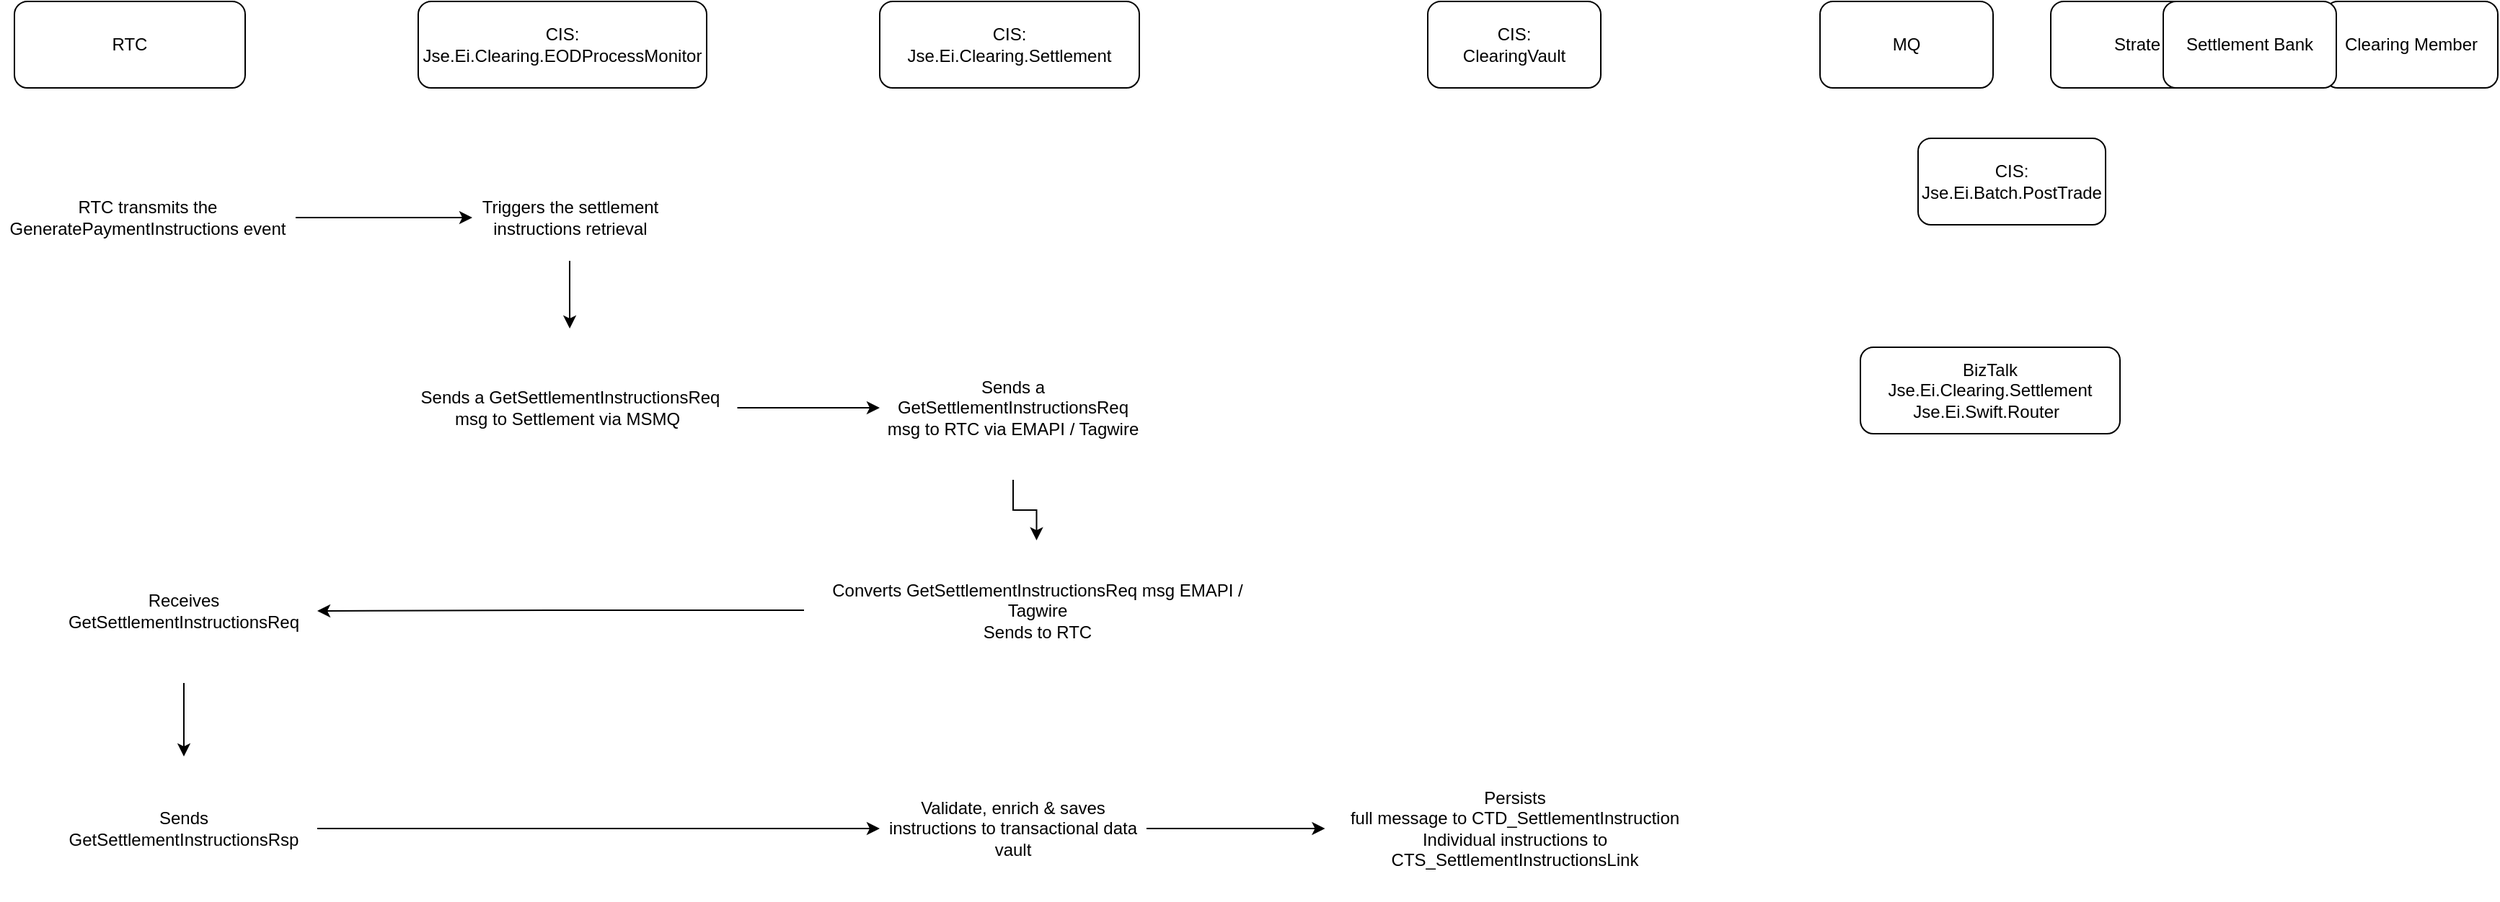
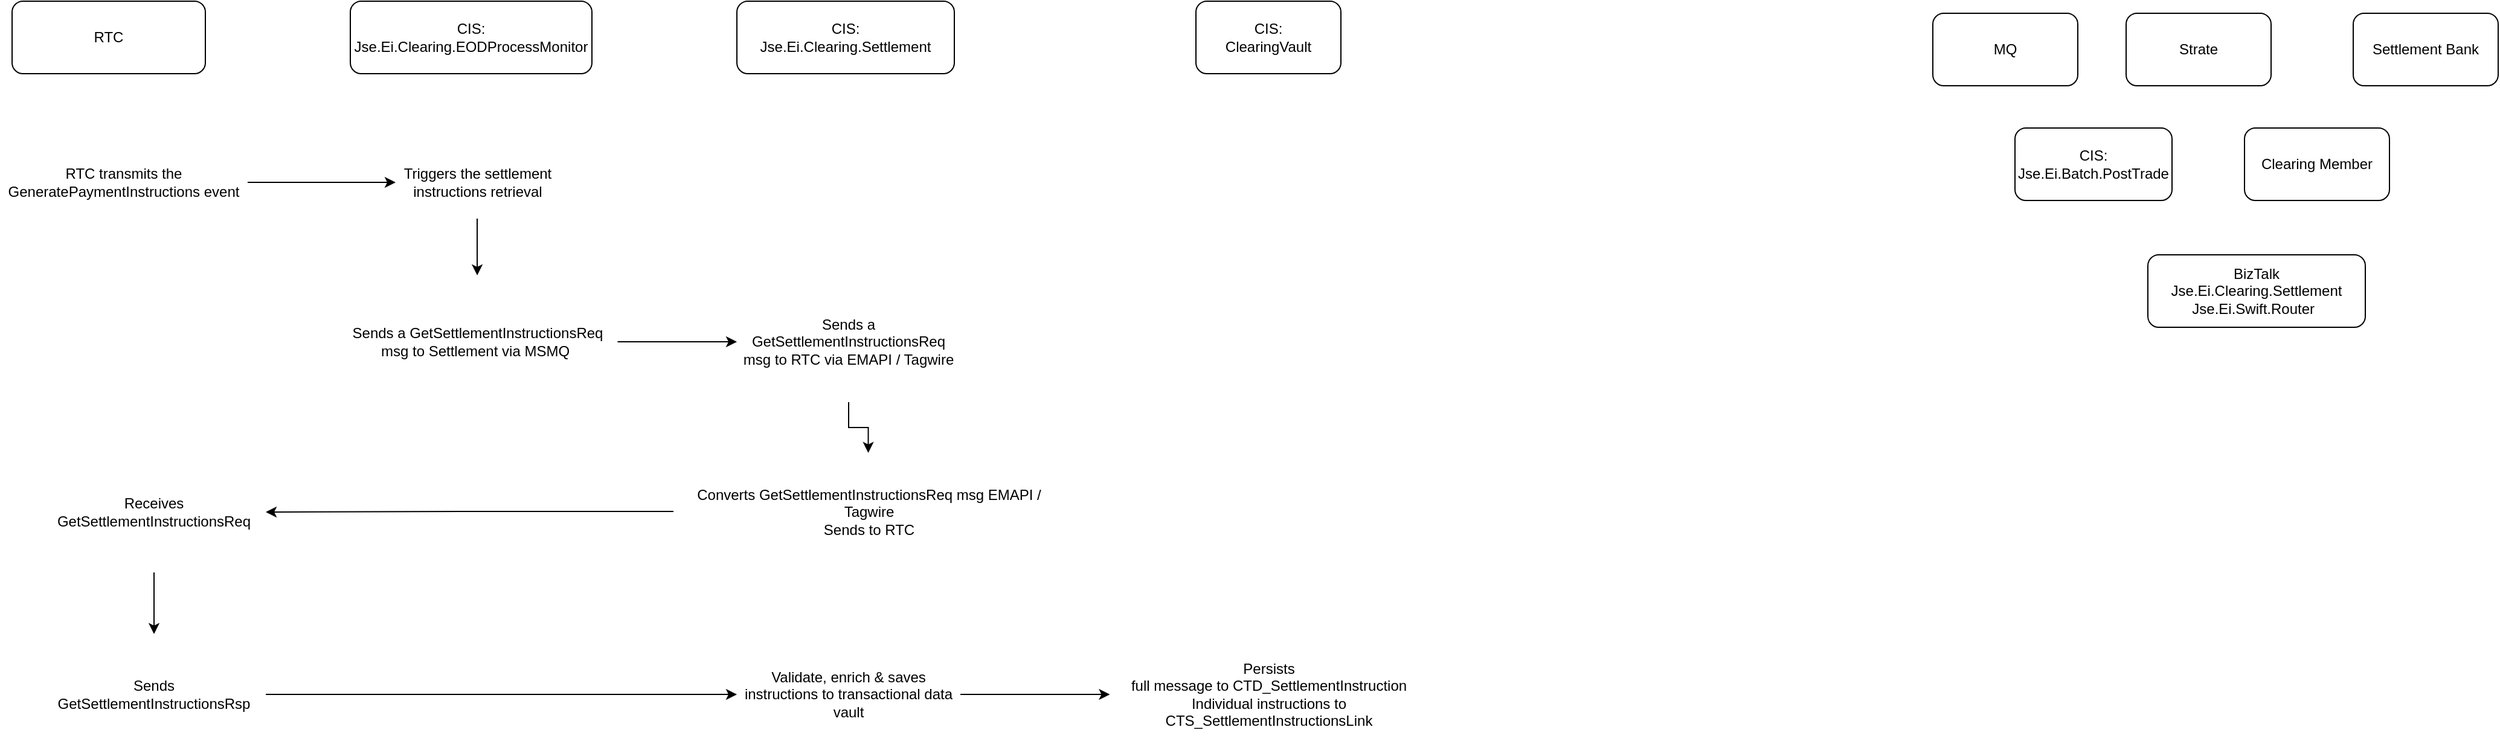
<mxfile host="app.diagrams.net">
  <diagram name="GetSettementInstructions" id="vidGpl-5MFJZR5KmYKjs">
    <mxGraphModel dx="2256" dy="746" grid="1" gridSize="10" guides="1" tooltips="1" connect="1" arrows="1" fold="1" page="1" pageScale="1" pageWidth="850" pageHeight="1100" math="0" shadow="0">
      <root>
        <mxCell id="0" />
        <mxCell id="1" parent="0" />
        <mxCell id="Y7hr2lu_-T20AjTg2ncd-1" parent="1" style="rounded=1;whiteSpace=wrap;html=1;" value="RTC" vertex="1">
          <mxGeometry height="60" width="160" y="80" as="geometry" />
        </mxCell>
        <mxCell id="Y7hr2lu_-T20AjTg2ncd-2" parent="1" style="rounded=1;whiteSpace=wrap;html=1;" value="CIS:&lt;div&gt;Jse.Ei.Clearing.Settlement&lt;/div&gt;" vertex="1">
          <mxGeometry height="60" width="180" x="600" y="80" as="geometry" />
        </mxCell>
        <mxCell id="Y7hr2lu_-T20AjTg2ncd-3" parent="1" style="rounded=1;whiteSpace=wrap;html=1;" value="CIS:&lt;div&gt;Jse.Ei.Clearing.EODProcessMonitor&lt;/div&gt;" vertex="1">
          <mxGeometry height="60" width="200" x="280" y="80" as="geometry" />
        </mxCell>
        <mxCell id="Y7hr2lu_-T20AjTg2ncd-4" parent="1" style="rounded=1;whiteSpace=wrap;html=1;" value="BizTalk&lt;div&gt;Jse.Ei.Clearing.Settlement&lt;/div&gt;&lt;div&gt;Jse.Ei.Swift.Router&lt;span style=&quot;white-space: pre;&quot;&gt;&#x9;&lt;/span&gt;&lt;/div&gt;" vertex="1">
-           <mxGeometry height="60" width="180" x="1280" y="320" as="geometry" />
+           <mxGeometry height="60" width="180" x="1768" y="290" as="geometry" />
        </mxCell>
        <mxCell id="t7a2u7lnhrg4pLDZo-nx-1" parent="1" style="rounded=1;whiteSpace=wrap;html=1;" value="MQ" vertex="1">
-           <mxGeometry height="60" width="120" x="1252" y="80" as="geometry" />
+           <mxGeometry height="60" width="120" x="1590" y="90" as="geometry" />
        </mxCell>
        <mxCell id="t7a2u7lnhrg4pLDZo-nx-2" parent="1" style="rounded=1;whiteSpace=wrap;html=1;" value="Strate" vertex="1">
-           <mxGeometry height="60" width="120" x="1412" y="80" as="geometry" />
+           <mxGeometry height="60" width="120" x="1750" y="90" as="geometry" />
        </mxCell>
        <mxCell id="t7a2u7lnhrg4pLDZo-nx-3" parent="1" style="rounded=1;whiteSpace=wrap;html=1;" value="Clearing Member" vertex="1">
-           <mxGeometry height="60" width="120" x="1602" y="80" as="geometry" />
+           <mxGeometry height="60" width="120" x="1848" y="185" as="geometry" />
        </mxCell>
        <mxCell id="t7a2u7lnhrg4pLDZo-nx-4" parent="1" style="rounded=1;whiteSpace=wrap;html=1;" value="Settlement Bank" vertex="1">
-           <mxGeometry height="60" width="120" x="1490" y="80" as="geometry" />
+           <mxGeometry height="60" width="120" x="1938" y="90" as="geometry" />
        </mxCell>
        <mxCell id="t7a2u7lnhrg4pLDZo-nx-16" edge="1" parent="1" source="t7a2u7lnhrg4pLDZo-nx-14" style="edgeStyle=orthogonalEdgeStyle;rounded=0;orthogonalLoop=1;jettySize=auto;html=1;" target="t7a2u7lnhrg4pLDZo-nx-15" value="">
          <mxGeometry relative="1" as="geometry" />
        </mxCell>
        <mxCell id="t7a2u7lnhrg4pLDZo-nx-14" parent="1" style="text;html=1;whiteSpace=wrap;strokeColor=none;fillColor=none;align=center;verticalAlign=middle;rounded=0;" value="RTC transmits the GeneratePaymentInstructions event" vertex="1">
          <mxGeometry height="110" width="205" x="-10" y="175" as="geometry" />
        </mxCell>
        <mxCell id="t7a2u7lnhrg4pLDZo-nx-18" edge="1" parent="1" source="t7a2u7lnhrg4pLDZo-nx-15" style="edgeStyle=orthogonalEdgeStyle;rounded=0;orthogonalLoop=1;jettySize=auto;html=1;" target="t7a2u7lnhrg4pLDZo-nx-17" value="">
          <mxGeometry relative="1" as="geometry" />
        </mxCell>
        <mxCell id="t7a2u7lnhrg4pLDZo-nx-15" parent="1" style="text;html=1;whiteSpace=wrap;strokeColor=none;fillColor=none;align=center;verticalAlign=middle;rounded=0;" value="Triggers the settlement instructions retrieval" vertex="1">
          <mxGeometry height="60" width="135" x="317.5" y="200" as="geometry" />
        </mxCell>
        <mxCell id="t7a2u7lnhrg4pLDZo-nx-20" edge="1" parent="1" source="t7a2u7lnhrg4pLDZo-nx-17" style="edgeStyle=orthogonalEdgeStyle;rounded=0;orthogonalLoop=1;jettySize=auto;html=1;" target="t7a2u7lnhrg4pLDZo-nx-19" value="">
          <mxGeometry relative="1" as="geometry" />
        </mxCell>
        <mxCell id="t7a2u7lnhrg4pLDZo-nx-17" parent="1" style="text;html=1;whiteSpace=wrap;strokeColor=none;fillColor=none;align=center;verticalAlign=middle;rounded=0;labelBackgroundColor=light-dark(default, #1c1c1c);" value="Sends a GetSettlementInstructionsReq msg to Settlement via MSMQ&lt;span style=&quot;white-space: pre;&quot;&gt;&#x9;&lt;/span&gt;" vertex="1">
          <mxGeometry height="110" width="232.5" x="268.75" y="307" as="geometry" />
        </mxCell>
        <mxCell id="t7a2u7lnhrg4pLDZo-nx-23" edge="1" parent="1" source="t7a2u7lnhrg4pLDZo-nx-19" style="edgeStyle=orthogonalEdgeStyle;rounded=0;orthogonalLoop=1;jettySize=auto;html=1;" target="t7a2u7lnhrg4pLDZo-nx-22" value="">
          <mxGeometry relative="1" as="geometry" />
        </mxCell>
        <mxCell id="t7a2u7lnhrg4pLDZo-nx-19" parent="1" style="text;html=1;whiteSpace=wrap;strokeColor=none;fillColor=none;align=center;verticalAlign=middle;rounded=0;labelBackgroundColor=light-dark(default, #1c1c1c);" value="Sends a GetSettlementInstructionsReq msg to RTC via EMAPI / Tagwire" vertex="1">
          <mxGeometry height="100" width="185" x="600" y="312" as="geometry" />
        </mxCell>
        <mxCell id="t7a2u7lnhrg4pLDZo-nx-21" parent="1" style="rounded=1;whiteSpace=wrap;html=1;" value="CIS:&lt;div&gt;ClearingVault&lt;/div&gt;" vertex="1">
          <mxGeometry height="60" width="120" x="980" y="80" as="geometry" />
        </mxCell>
        <mxCell id="t7a2u7lnhrg4pLDZo-nx-26" edge="1" parent="1" source="t7a2u7lnhrg4pLDZo-nx-22" style="edgeStyle=orthogonalEdgeStyle;rounded=0;orthogonalLoop=1;jettySize=auto;html=1;" target="t7a2u7lnhrg4pLDZo-nx-25" value="">
          <mxGeometry relative="1" as="geometry" />
        </mxCell>
        <mxCell id="t7a2u7lnhrg4pLDZo-nx-22" parent="1" style="text;html=1;whiteSpace=wrap;strokeColor=none;fillColor=none;align=center;verticalAlign=middle;rounded=0;labelBackgroundColor=light-dark(default, #1c1c1c);" value="Converts GetSettlementInstructionsReq msg EMAPI / Tagwire&lt;div&gt;Sends to RTC&lt;/div&gt;" vertex="1">
          <mxGeometry height="97" width="322.5" x="547.5" y="454" as="geometry" />
        </mxCell>
        <mxCell id="t7a2u7lnhrg4pLDZo-nx-24" parent="1" style="rounded=1;whiteSpace=wrap;html=1;" value="CIS:&lt;div&gt;Jse.Ei.Batch.PostTrade&lt;/div&gt;" vertex="1">
-           <mxGeometry height="60" width="130" x="1320" y="175" as="geometry" />
+           <mxGeometry height="60" width="130" x="1658" y="185" as="geometry" />
        </mxCell>
        <mxCell id="t7a2u7lnhrg4pLDZo-nx-28" edge="1" parent="1" source="t7a2u7lnhrg4pLDZo-nx-25" style="edgeStyle=orthogonalEdgeStyle;rounded=0;orthogonalLoop=1;jettySize=auto;html=1;" target="t7a2u7lnhrg4pLDZo-nx-27" value="">
          <mxGeometry relative="1" as="geometry" />
        </mxCell>
        <mxCell id="t7a2u7lnhrg4pLDZo-nx-25" parent="1" style="text;html=1;whiteSpace=wrap;strokeColor=none;fillColor=none;align=center;verticalAlign=middle;rounded=0;labelBackgroundColor=light-dark(default, #1c1c1c);" value="Receives GetSettlementInstructionsReq" vertex="1">
          <mxGeometry height="100" width="185" x="25" y="453" as="geometry" />
        </mxCell>
        <mxCell id="t7a2u7lnhrg4pLDZo-nx-30" edge="1" parent="1" source="t7a2u7lnhrg4pLDZo-nx-27" style="edgeStyle=orthogonalEdgeStyle;rounded=0;orthogonalLoop=1;jettySize=auto;html=1;" target="t7a2u7lnhrg4pLDZo-nx-29" value="">
          <mxGeometry relative="1" as="geometry" />
        </mxCell>
        <mxCell id="t7a2u7lnhrg4pLDZo-nx-27" parent="1" style="text;html=1;whiteSpace=wrap;strokeColor=none;fillColor=none;align=center;verticalAlign=middle;rounded=0;labelBackgroundColor=light-dark(default, #1c1c1c);" value="Sends GetSettlementInstructionsRsp" vertex="1">
          <mxGeometry height="100" width="185" x="25" y="604" as="geometry" />
        </mxCell>
        <mxCell id="t7a2u7lnhrg4pLDZo-nx-32" edge="1" parent="1" source="t7a2u7lnhrg4pLDZo-nx-29" style="edgeStyle=orthogonalEdgeStyle;rounded=0;orthogonalLoop=1;jettySize=auto;html=1;" target="t7a2u7lnhrg4pLDZo-nx-31" value="">
          <mxGeometry relative="1" as="geometry" />
        </mxCell>
        <mxCell id="t7a2u7lnhrg4pLDZo-nx-29" parent="1" style="text;html=1;whiteSpace=wrap;strokeColor=none;fillColor=none;align=center;verticalAlign=middle;rounded=0;labelBackgroundColor=light-dark(default, #1c1c1c);" value="&lt;div&gt;Validate, enrich &amp;amp; s&lt;span style=&quot;background-color: initial; color: light-dark(rgb(0, 0, 0), rgb(255, 255, 255));&quot;&gt;aves instructions to transactional data vault&lt;/span&gt;&lt;/div&gt;" vertex="1">
          <mxGeometry height="100" width="185" x="600" y="604" as="geometry" />
        </mxCell>
        <mxCell id="t7a2u7lnhrg4pLDZo-nx-31" parent="1" style="text;html=1;whiteSpace=wrap;strokeColor=none;fillColor=none;align=center;verticalAlign=middle;rounded=0;labelBackgroundColor=light-dark(default, #1c1c1c);" value="Persists&lt;div&gt;full message to CTD_SettlementInstruction&lt;/div&gt;&lt;div&gt;Individual instructions to CTS_SettlementInstructionsLink&lt;/div&gt;" vertex="1">
          <mxGeometry height="96" width="262.5" x="908.75" y="606" as="geometry" />
        </mxCell>
      </root>
    </mxGraphModel>
  </diagram>
</mxfile>
